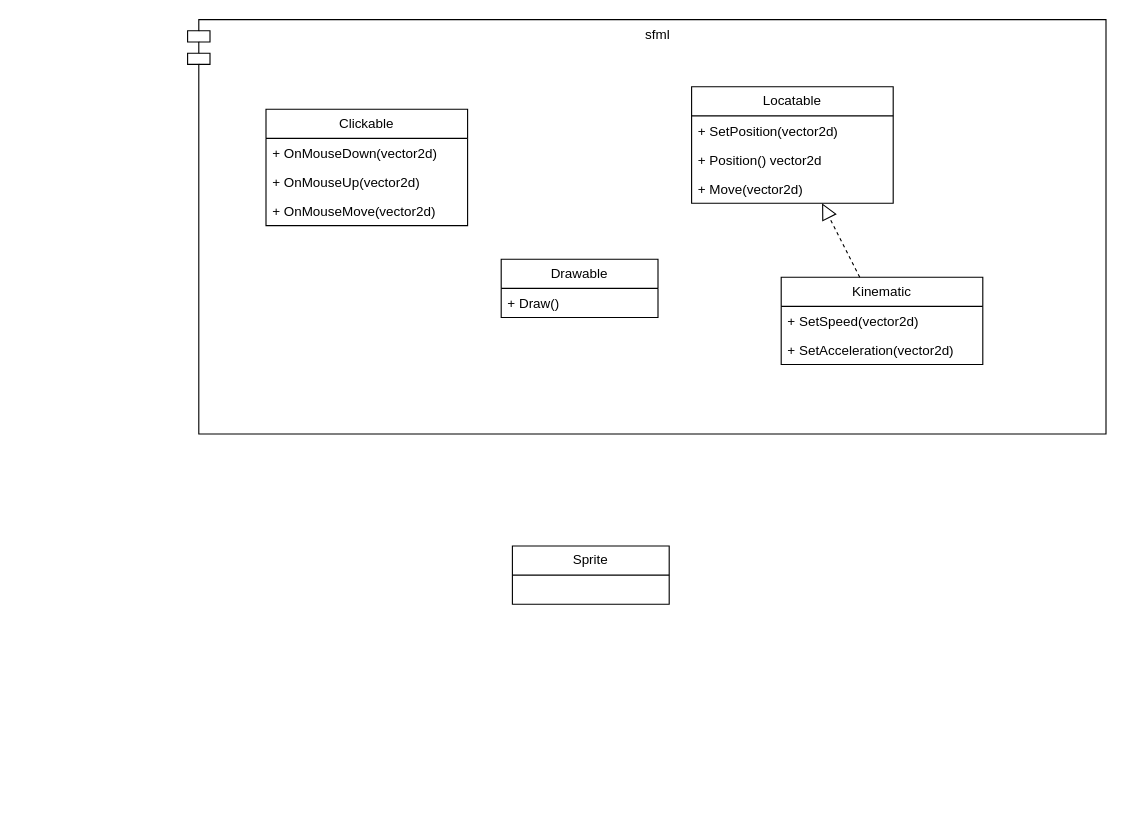
Earlier version of the draw.io diagram docs/core/core.drawio (Depiflaks/CG). Source tidied: cells renumbered, new cells numbered last; positions are measured from the earlier drawing's top-left corner, leaving out a move shared by most shapes. Both pictures are drawn from the tidied source at 112%, with x=0, y=0 at pixel (187, 19).
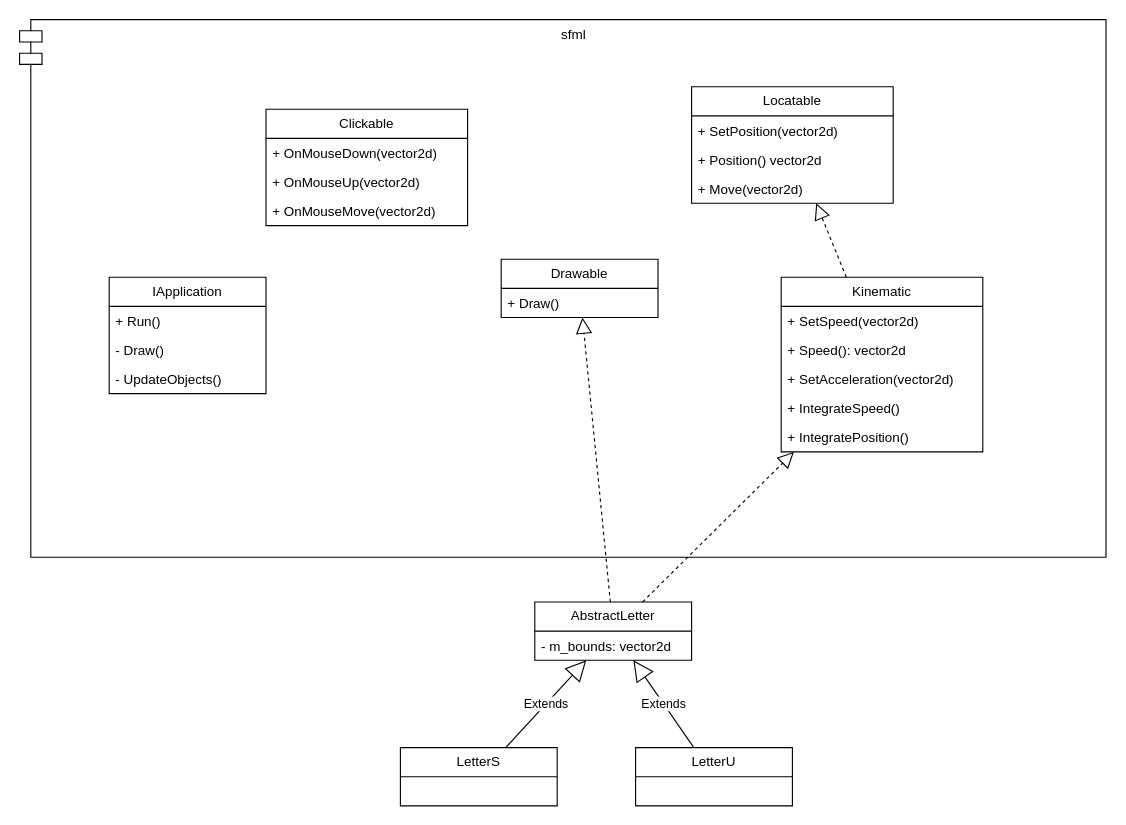
Above is the later version.

The change refers to these unchanged cells:
```xml
<mxCell id="3" value="Drawable" style="swimlane;fontStyle=0;horizontal=1;startSize=26;fillColor=none;whiteSpace=wrap;html=1;" parent="1" vertex="1">
  <mxGeometry x="280" y="214" width="140" height="52" as="geometry" />
</mxCell>
```

What changed in the source:
```diff
@@
     <mxCell id="2" value="sfml" style="shape=module;align=left;spacingLeft=20;align=center;verticalAlign=top;whiteSpace=wrap;html=1;" parent="1" vertex="1">
-      <mxGeometry width="820" height="370" as="geometry" />
+      <mxGeometry x="-150" width="970" height="480" as="geometry" />
     </mxCell>
@@
     <mxCell id="9" value="Kinematic" style="swimlane;fontStyle=0;horizontal=1;startSize=26;fillColor=none;whiteSpace=wrap;html=1;" parent="1" vertex="1">
-      <mxGeometry x="530" y="230" width="180" height="78" as="geometry" />
+      <mxGeometry x="530" y="230" width="180" height="156" as="geometry" />
     </mxCell>
@@
+    <mxCell id="18" value="+ Speed(): vector2d" style="text;strokeColor=none;fillColor=none;align=left;verticalAlign=top;spacingLeft=4;spacingRight=4;overflow=hidden;whiteSpace=wrap;html=1;" parent="9" vertex="1">
+      <mxGeometry y="52" width="180" height="26" as="geometry" />
+    </mxCell>
     <mxCell id="11" value="+ SetA&lt;span class=&quot;HwtZe&quot; lang=&quot;en&quot;&gt;cceleration&lt;/span&gt;(vector2d)" style="text;strokeColor=none;fillColor=none;align=left;verticalAlign=top;spacingLeft=4;spacingRight=4;overflow=hidden;whiteSpace=wrap;html=1;" parent="9" vertex="1">
-      <mxGeometry y="52" width="180" height="26" as="geometry" />
+      <mxGeometry y="78" width="180" height="26" as="geometry" />
     </mxCell>
+    <mxCell id="19" value="+ IntegrateSpeed()" style="text;strokeColor=none;fillColor=none;align=left;verticalAlign=top;spacingLeft=4;spacingRight=4;overflow=hidden;whiteSpace=wrap;html=1;" parent="9" vertex="1">
+      <mxGeometry y="104" width="180" height="26" as="geometry" />
+    </mxCell>
+    <mxCell id="20" value="+ IntegratePosition()" style="text;strokeColor=none;fillColor=none;align=left;verticalAlign=top;spacingLeft=4;spacingRight=4;overflow=hidden;whiteSpace=wrap;html=1;" parent="9" vertex="1">
+      <mxGeometry y="130" width="180" height="26" as="geometry" />
+    </mxCell>
@@
-    <mxCell id="17" value="Sprite" style="swimlane;fontStyle=0;horizontal=1;startSize=26;fillColor=none;whiteSpace=wrap;html=1;" parent="1" vertex="1">
-      <mxGeometry x="290" y="470" width="140" height="52" as="geometry" />
+    <mxCell id="17" value="AbstractLetter" style="swimlane;fontStyle=0;horizontal=1;startSize=26;fillColor=none;whiteSpace=wrap;html=1;" parent="1" vertex="1">
+      <mxGeometry x="310" y="520" width="140" height="52" as="geometry" />
     </mxCell>
+    <mxCell id="21" value="- m_bounds: vector2d" style="text;strokeColor=none;fillColor=none;align=left;verticalAlign=top;spacingLeft=4;spacingRight=4;overflow=hidden;whiteSpace=wrap;html=1;" parent="17" vertex="1">
+      <mxGeometry y="26" width="140" height="26" as="geometry" />
+    </mxCell>
+    <mxCell id="22" style="endArrow=block;dashed=1;endFill=0;endSize=12;html=1;rounded=0;" parent="1" edge="1" source="17" target="3">
+      <mxGeometry relative="1" as="geometry" />
+    </mxCell>
+    <mxCell id="23" style="endArrow=block;dashed=1;endFill=0;endSize=12;html=1;rounded=0;" parent="1" edge="1" source="17" target="9">
+      <mxGeometry relative="1" as="geometry" />
+    </mxCell>
+    <mxCell id="24" value="LetterS" style="swimlane;fontStyle=0;horizontal=1;startSize=26;fillColor=none;whiteSpace=wrap;html=1;" parent="1" vertex="1">
+      <mxGeometry x="190" y="650" width="140" height="52" as="geometry" />
+    </mxCell>
+    <mxCell id="25" value="LetterU" style="swimlane;fontStyle=0;horizontal=1;startSize=26;fillColor=none;whiteSpace=wrap;html=1;" parent="1" vertex="1">
+      <mxGeometry x="400" y="650" width="140" height="52" as="geometry" />
+    </mxCell>
+    <mxCell id="26" value="Extends" style="endArrow=block;endSize=16;endFill=0;html=1;rounded=0;" parent="1" edge="1" source="24" target="17">
+      <mxGeometry relative="1" as="geometry" />
+    </mxCell>
+    <mxCell id="27" value="Extends" style="endArrow=block;endSize=16;endFill=0;html=1;rounded=0;" parent="1" edge="1" source="25" target="17">
+      <mxGeometry relative="1" as="geometry" />
+    </mxCell>
+    <mxCell id="28" value="IApplication" style="swimlane;fontStyle=0;horizontal=1;startSize=26;fillColor=none;whiteSpace=wrap;html=1;" parent="1" vertex="1">
+      <mxGeometry x="-70" y="230" width="140" height="104" as="geometry" />
+    </mxCell>
+    <mxCell id="29" value="+ Run()" style="text;strokeColor=none;fillColor=none;align=left;verticalAlign=top;spacingLeft=4;spacingRight=4;overflow=hidden;whiteSpace=wrap;html=1;" parent="28" vertex="1">
+      <mxGeometry y="26" width="140" height="26" as="geometry" />
+    </mxCell>
+    <mxCell id="30" value="- Draw()" style="text;strokeColor=none;fillColor=none;align=left;verticalAlign=top;spacingLeft=4;spacingRight=4;overflow=hidden;whiteSpace=wrap;html=1;" parent="28" vertex="1">
+      <mxGeometry y="52" width="140" height="26" as="geometry" />
+    </mxCell>
+    <mxCell id="31" value="- UpdateObjects()" style="text;strokeColor=none;fillColor=none;align=left;verticalAlign=top;spacingLeft=4;spacingRight=4;overflow=hidden;whiteSpace=wrap;html=1;" parent="28" vertex="1">
+      <mxGeometry y="78" width="140" height="26" as="geometry" />
+    </mxCell>
```
